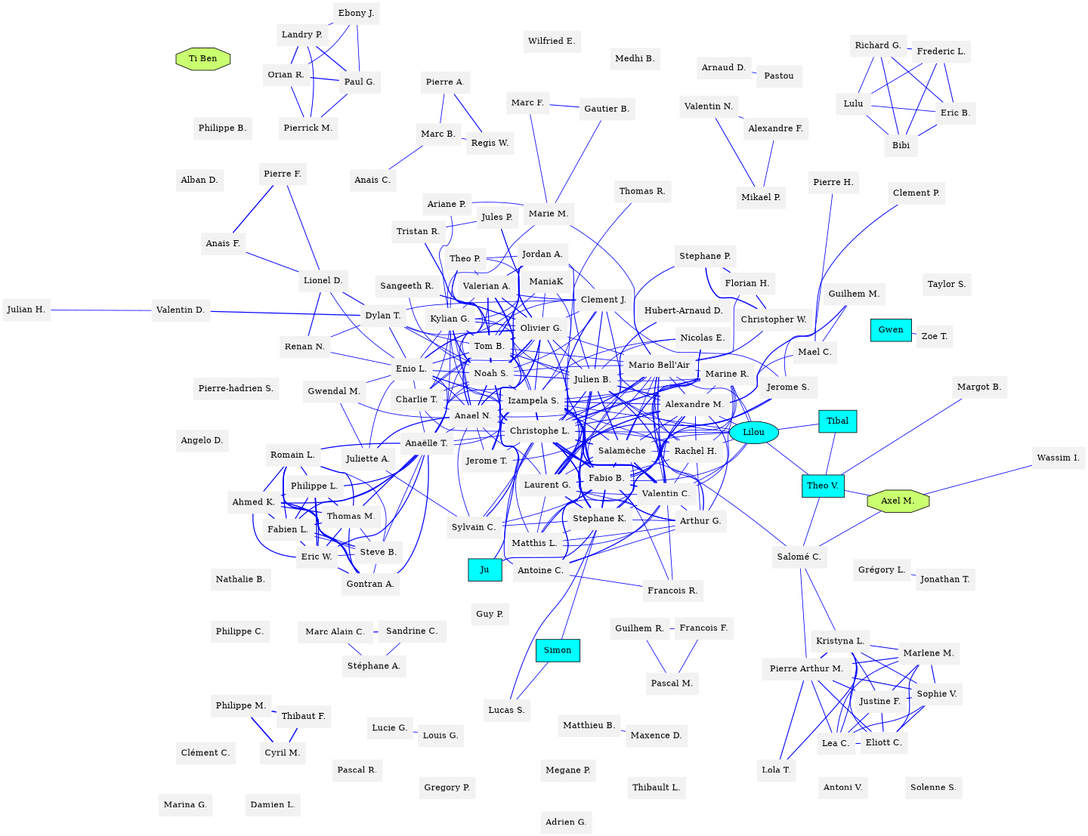
Before: jumpers_SAUT.dot.png, a diagram exported from Graphviz (GuilhemRep/sauts). Its source is kept beside it as jumpers_SAUT.dot.
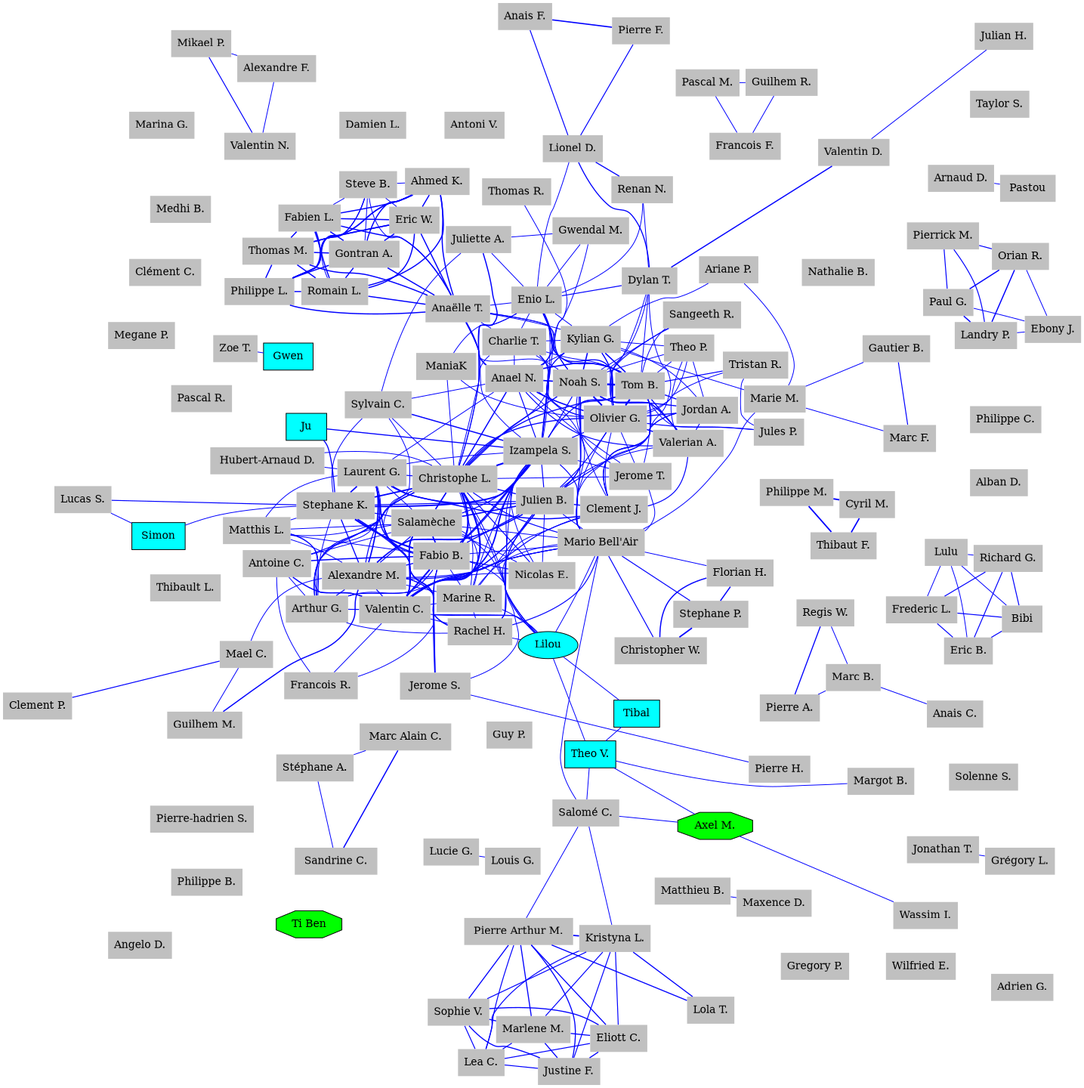
Above is the later version.

Diff of the diagram source:
```diff
@@ -1,146 +1,146 @@
 graph Jumpers {
 	graph [overlap=false ratio=1 size="15,15" splines=true]
-	"Sylvain C." [fillcolor=gray95 shape=none style=filled]
-	"Lucie G." [fillcolor=gray95 shape=none style=filled]
-	"Philippe M." [fillcolor=gray95 shape=none style=filled]
-	"Christopher W." [fillcolor=gray95 shape=none style=filled]
-	"Christophe L." [fillcolor=gray95 shape=none style=filled]
-	"Anael N." [fillcolor=gray95 shape=none style=filled]
-	"Gontran A." [fillcolor=gray95 shape=none style=filled]
-	"Arthur G." [fillcolor=gray95 shape=none style=filled]
-	"Valentin N." [fillcolor=gray95 shape=none style=filled]
-	"Lea C." [fillcolor=gray95 shape=none style=filled]
-	"Julian H." [fillcolor=gray95 shape=none style=filled]
-	"Valentin D." [fillcolor=gray95 shape=none style=filled]
-	"Clement J." [fillcolor=gray95 shape=none style=filled]
-	"Grégory L." [fillcolor=gray95 shape=none style=filled]
-	"Thibaut F." [fillcolor=gray95 shape=none style=filled]
-	"Julien B." [fillcolor=gray95 shape=none style=filled]
-	"Tristan R." [fillcolor=gray95 shape=none style=filled]
-	" Lulu " [fillcolor=gray95 shape=none style=filled]
-	"Marlene M." [fillcolor=gray95 shape=none style=filled]
-	"Stephane P." [fillcolor=gray95 shape=none style=filled]
-	"Justine F." [fillcolor=gray95 shape=none style=filled]
-	"Orian R." [fillcolor=gray95 shape=none style=filled]
-	"Philippe C." [fillcolor=gray95 shape=none style=filled]
-	"Marine R." [fillcolor=gray95 shape=none style=filled]
-	"Megane P." [fillcolor=gray95 shape=none style=filled]
-	"Francois R." [fillcolor=gray95 shape=none style=filled]
-	"Romain L." [fillcolor=gray95 shape=none style=filled]
-	" Jerome S. " [fillcolor=gray95 shape=none style=filled]
-	" Hubert-Arnaud D. " [fillcolor=gray95 shape=none style=filled]
+	" Simon " [fillcolor=cyan shape=rectangle style=filled]
+	"Kylian G." [fillcolor=gray shape=none style=filled]
+	"Mikael P." [fillcolor=gray shape=none style=filled]
+	"Nathalie B." [fillcolor=gray shape=none style=filled]
+	"Antoine C." [fillcolor=gray shape=none style=filled]
+	" Hubert-Arnaud D. " [fillcolor=gray shape=none style=filled]
+	"Pascal M." [fillcolor=gray shape=none style=filled]
+	"Lola T." [fillcolor=gray shape=none style=filled]
+	"Stéphane A." [fillcolor=gray shape=none style=filled]
+	"Philippe M." [fillcolor=gray shape=none style=filled]
+	"Clement P." [fillcolor=gray shape=none style=filled]
+	"Sylvain C." [fillcolor=gray shape=none style=filled]
+	"Wassim I." [fillcolor=gray shape=none style=filled]
+	" Jerome S. " [fillcolor=gray shape=none style=filled]
+	"Laurent G." [fillcolor=gray shape=none style=filled]
+	"Pascal R." [fillcolor=gray shape=none style=filled]
+	"Philippe B." [fillcolor=gray shape=none style=filled]
+	"Frederic L." [fillcolor=gray shape=none style=filled]
+	"Matthis L." [fillcolor=gray shape=none style=filled]
+	" Bibi " [fillcolor=gray shape=none style=filled]
+	"Arnaud D." [fillcolor=gray shape=none style=filled]
+	"Alexandre M." [fillcolor=gray shape=none style=filled]
+	"Salamèche" [fillcolor=gray shape=none style=filled]
+	"Medhi B." [fillcolor=gray shape=none style=filled]
+	"Theo P." [fillcolor=gray shape=none style=filled]
+	" Ju " [fillcolor=cyan shape=rectangle style=filled]
+	"Justine F." [fillcolor=gray shape=none style=filled]
+	"Christopher W." [fillcolor=gray shape=none style=filled]
+	"Marine R." [fillcolor=gray shape=none style=filled]
+	"Florian H." [fillcolor=gray shape=none style=filled]
+	"Eric B." [fillcolor=gray shape=none style=filled]
+	"Tom B." [fillcolor=gray shape=none style=filled]
+	"Marlene M." [fillcolor=gray shape=none style=filled]
+	"Thibault L." [fillcolor=gray shape=none style=filled]
+	"Antoni V." [fillcolor=gray shape=none style=filled]
+	"Damien L." [fillcolor=gray shape=none style=filled]
+	"Anael N." [fillcolor=gray shape=none style=filled]
+	"Salomé C." [fillcolor=gray shape=none style=filled]
+	"Marina G." [fillcolor=gray shape=none style=filled]
+	"Jonathan T." [fillcolor=gray shape=none style=filled]
+	"Valentin C." [fillcolor=gray shape=none style=filled]
+	"Clément C." [fillcolor=gray shape=none style=filled]
+	"Julien B." [fillcolor=gray shape=none style=filled]
+	" Marc Alain C. " [fillcolor=gray shape=none style=filled]
+	"Paul G." [fillcolor=gray shape=none style=filled]
+	" Sandrine C. " [fillcolor=gray shape=none style=filled]
+	" Lulu " [fillcolor=gray shape=none style=filled]
+	"Julian H." [fillcolor=gray shape=none style=filled]
+	"Ti Ben" [fillcolor=green shape=octagon style=filled]
+	"Matthieu B." [fillcolor=gray shape=none style=filled]
+	"Marie M." [fillcolor=gray shape=none style=filled]
+	"Ariane P." [fillcolor=gray shape=none style=filled]
+	"Lucie G." [fillcolor=gray shape=none style=filled]
+	"Marc F." [fillcolor=gray shape=none style=filled]
+	"Solenne S." [fillcolor=gray shape=none style=filled]
+	"Enio L." [fillcolor=gray shape=none style=filled]
+	"Pierre A." [fillcolor=gray shape=none style=filled]
+	"Valerian A." [fillcolor=gray shape=none style=filled]
+	"Guilhem R." [fillcolor=gray shape=none style=filled]
+	"Eric W." [fillcolor=gray shape=none style=filled]
+	"Romain L." [fillcolor=gray shape=none style=filled]
+	"Jordan A." [fillcolor=gray shape=none style=filled]
+	"Anais C." [fillcolor=gray shape=none style=filled]
+	"Stephane P." [fillcolor=gray shape=none style=filled]
+	"Arthur G." [fillcolor=gray shape=none style=filled]
+	"Zoe T." [fillcolor=gray shape=none style=filled]
+	"Gwendal M." [fillcolor=gray shape=none style=filled]
+	" ManiaK " [fillcolor=gray shape=none style=filled]
+	"Sophie V." [fillcolor=gray shape=none style=filled]
+	"Grégory L." [fillcolor=gray shape=none style=filled]
+	"Ebony J." [fillcolor=gray shape=none style=filled]
+	"Cyril M." [fillcolor=gray shape=none style=filled]
+	"Renan N." [fillcolor=gray shape=none style=filled]
+	"Clement J." [fillcolor=gray shape=none style=filled]
+	"Steve B." [fillcolor=gray shape=none style=filled]
+	"Jerome T." [fillcolor=gray shape=none style=filled]
+	"Richard G." [fillcolor=gray shape=none style=filled]
+	"Mario Bell'Air" [fillcolor=gray shape=none style=filled]
+	"Gontran A." [fillcolor=gray shape=none style=filled]
+	"Megane P." [fillcolor=gray shape=none style=filled]
+	" Pierre Arthur M. " [fillcolor=gray shape=none style=filled]
+	"Maxence D." [fillcolor=gray shape=none style=filled]
+	"Angelo D." [fillcolor=gray shape=none style=filled]
+	" Pastou " [fillcolor=gray shape=none style=filled]
+	"Marc B." [fillcolor=gray shape=none style=filled]
+	"Alexandre F." [fillcolor=gray shape=none style=filled]
+	"Pierre-hadrien S." [fillcolor=gray shape=none style=filled]
+	"Eliott C." [fillcolor=gray shape=none style=filled]
+	"Juliette A." [fillcolor=gray shape=none style=filled]
+	" Tibal " [fillcolor=cyan shape=rectangle style=filled]
+	"Guy P." [fillcolor=gray shape=none style=filled]
+	"Thibaut F." [fillcolor=gray shape=none style=filled]
+	"Louis G." [fillcolor=gray shape=none style=filled]
+	"Francois F." [fillcolor=gray shape=none style=filled]
+	"Pierre H." [fillcolor=gray shape=none style=filled]
+	"Guilhem M." [fillcolor=gray shape=none style=filled]
+	"Nicolas E." [fillcolor=gray shape=none style=filled]
+	"Thomas R." [fillcolor=gray shape=none style=filled]
+	"Valentin D." [fillcolor=gray shape=none style=filled]
+	"Regis W." [fillcolor=gray shape=none style=filled]
+	"Landry P." [fillcolor=gray shape=none style=filled]
+	"Pierrick M." [fillcolor=gray shape=none style=filled]
+	"Anais F." [fillcolor=gray shape=none style=filled]
+	" Lilou " [fillcolor=cyan shape=ellipse style=filled]
+	"Philippe L." [fillcolor=gray shape=none style=filled]
+	"Fabio B." [fillcolor=gray shape=none style=filled]
+	"Mael C." [fillcolor=gray shape=none style=filled]
+	"Orian R." [fillcolor=gray shape=none style=filled]
+	"Fabien L." [fillcolor=gray shape=none style=filled]
+	"Gregory P." [fillcolor=gray shape=none style=filled]
+	"Francois R." [fillcolor=gray shape=none style=filled]
+	"Ahmed K." [fillcolor=gray shape=none style=filled]
+	"Noah S." [fillcolor=gray shape=none style=filled]
+	"Gautier B." [fillcolor=gray shape=none style=filled]
+	"Pierre F." [fillcolor=gray shape=none style=filled]
+	"Theo V." [fillcolor=cyan shape=rectangle style=filled]
+	"Lionel D." [fillcolor=gray shape=none style=filled]
+	"Olivier G." [fillcolor=gray shape=none style=filled]
+	"Christophe L." [fillcolor=gray shape=none style=filled]
+	"Thomas M." [fillcolor=gray shape=none style=filled]
+	"Rachel H." [fillcolor=gray shape=none style=filled]
+	"Margot B." [fillcolor=gray shape=none style=filled]
+	"Lucas S." [fillcolor=gray shape=none style=filled]
+	"Wilfried E." [fillcolor=gray shape=none style=filled]
+	"Lea C." [fillcolor=gray shape=none style=filled]
+	"Alban D." [fillcolor=gray shape=none style=filled]
+	"Jules P." [fillcolor=gray shape=none style=filled]
+	"Charlie T." [fillcolor=gray shape=none style=filled]
+	"Philippe C." [fillcolor=gray shape=none style=filled]
+	"Stephane K." [fillcolor=gray shape=none style=filled]
+	"Taylor S." [fillcolor=gray shape=none style=filled]
+	"Kristyna L." [fillcolor=gray shape=none style=filled]
+	"Valentin N." [fillcolor=gray shape=none style=filled]
+	"Adrien G." [fillcolor=gray shape=none style=filled]
+	"Anaëlle T." [fillcolor=gray shape=none style=filled]
 	" Gwen " [fillcolor=cyan shape=rectangle style=filled]
-	"Enio L." [fillcolor=gray95 shape=none style=filled]
-	"Lionel D." [fillcolor=gray95 shape=none style=filled]
-	"Paul G." [fillcolor=gray95 shape=none style=filled]
-	"Antoine C." [fillcolor=gray95 shape=none style=filled]
-	"Olivier G." [fillcolor=gray95 shape=none style=filled]
-	"Philippe B." [fillcolor=gray95 shape=none style=filled]
-	"Anais C." [fillcolor=gray95 shape=none style=filled]
-	"Pascal R." [fillcolor=gray95 shape=none style=filled]
-	"Jules P." [fillcolor=gray95 shape=none style=filled]
-	"Jonathan T." [fillcolor=gray95 shape=none style=filled]
-	"Eric W." [fillcolor=gray95 shape=none style=filled]
-	" Lilou " [fillcolor=cyan shape=ellipse style=filled]
-	" Ju " [fillcolor=cyan shape=rectangle style=filled]
-	"Thibault L." [fillcolor=gray95 shape=none style=filled]
-	"Guy P." [fillcolor=gray95 shape=none style=filled]
-	"Ariane P." [fillcolor=gray95 shape=none style=filled]
-	"Antoni V." [fillcolor=gray95 shape=none style=filled]
-	"Louis G." [fillcolor=gray95 shape=none style=filled]
-	"Theo V." [fillcolor=cyan shape=rectangle style=filled]
-	"Theo P." [fillcolor=gray95 shape=none style=filled]
-	"Renan N." [fillcolor=gray95 shape=none style=filled]
-	" Simon " [fillcolor=cyan shape=rectangle style=filled]
-	"Solenne S." [fillcolor=gray95 shape=none style=filled]
-	" Tibal " [fillcolor=cyan shape=rectangle style=filled]
-	"Thomas R." [fillcolor=gray95 shape=none style=filled]
-	"Eric B." [fillcolor=gray95 shape=none style=filled]
-	"Alexandre F." [fillcolor=gray95 shape=none style=filled]
-	"Sophie V." [fillcolor=gray95 shape=none style=filled]
-	"Clement P." [fillcolor=gray95 shape=none style=filled]
-	"Medhi B." [fillcolor=gray95 shape=none style=filled]
-	"Pierrick M." [fillcolor=gray95 shape=none style=filled]
-	"Jordan A." [fillcolor=gray95 shape=none style=filled]
-	" Bibi " [fillcolor=gray95 shape=none style=filled]
-	"Pierre H." [fillcolor=gray95 shape=none style=filled]
-	"Valentin C." [fillcolor=gray95 shape=none style=filled]
-	"Gwendal M." [fillcolor=gray95 shape=none style=filled]
-	"Marc F." [fillcolor=gray95 shape=none style=filled]
-	"Noah S." [fillcolor=gray95 shape=none style=filled]
-	"Pierre F." [fillcolor=gray95 shape=none style=filled]
-	"Ti Ben" [fillcolor=darkolivegreen1 shape=octagon style=filled]
-	"Gautier B." [fillcolor=gray95 shape=none style=filled]
-	"Guilhem R." [fillcolor=gray95 shape=none style=filled]
-	"Francois F." [fillcolor=gray95 shape=none style=filled]
-	"Regis W." [fillcolor=gray95 shape=none style=filled]
-	"Lucas S." [fillcolor=gray95 shape=none style=filled]
-	"Nicolas E." [fillcolor=gray95 shape=none style=filled]
-	"Axel M." [fillcolor=darkolivegreen1 shape=octagon style=filled]
-	"Landry P." [fillcolor=gray95 shape=none style=filled]
-	"Cyril M." [fillcolor=gray95 shape=none style=filled]
-	"Alban D." [fillcolor=gray95 shape=none style=filled]
-	"Arnaud D." [fillcolor=gray95 shape=none style=filled]
-	"Angelo D." [fillcolor=gray95 shape=none style=filled]
-	"Marc B." [fillcolor=gray95 shape=none style=filled]
-	"Steve B." [fillcolor=gray95 shape=none style=filled]
-	"Clément C." [fillcolor=gray95 shape=none style=filled]
-	"Florian H." [fillcolor=gray95 shape=none style=filled]
-	"Mario Bell'Air" [fillcolor=gray95 shape=none style=filled]
-	"Charlie T." [fillcolor=gray95 shape=none style=filled]
-	"Gregory P." [fillcolor=gray95 shape=none style=filled]
-	"Tom B." [fillcolor=gray95 shape=none style=filled]
-	"Fabio B." [fillcolor=gray95 shape=none style=filled]
-	"Kylian G." [fillcolor=gray95 shape=none style=filled]
-	"Kristyna L." [fillcolor=gray95 shape=none style=filled]
-	" Marc Alain C. " [fillcolor=gray95 shape=none style=filled]
-	"Fabien L." [fillcolor=gray95 shape=none style=filled]
-	"Zoe T." [fillcolor=gray95 shape=none style=filled]
-	" Sandrine C. " [fillcolor=gray95 shape=none style=filled]
-	"Taylor S." [fillcolor=gray95 shape=none style=filled]
-	"Wilfried E." [fillcolor=gray95 shape=none style=filled]
-	"Matthis L." [fillcolor=gray95 shape=none style=filled]
-	"Margot B." [fillcolor=gray95 shape=none style=filled]
-	"Anais F." [fillcolor=gray95 shape=none style=filled]
-	" ManiaK " [fillcolor=gray95 shape=none style=filled]
-	"Mael C." [fillcolor=gray95 shape=none style=filled]
-	"Rachel H." [fillcolor=gray95 shape=none style=filled]
-	"Matthieu B." [fillcolor=gray95 shape=none style=filled]
-	"Nathalie B." [fillcolor=gray95 shape=none style=filled]
-	"Pierre-hadrien S." [fillcolor=gray95 shape=none style=filled]
-	"Marie M." [fillcolor=gray95 shape=none style=filled]
-	"Stephane K." [fillcolor=gray95 shape=none style=filled]
-	"Marina G." [fillcolor=gray95 shape=none style=filled]
-	"Jerome T." [fillcolor=gray95 shape=none style=filled]
-	"Mikael P." [fillcolor=gray95 shape=none style=filled]
-	"Izampela S." [fillcolor=gray95 shape=none style=filled]
-	"Salamèche" [fillcolor=gray95 shape=none style=filled]
-	"Eliott C." [fillcolor=gray95 shape=none style=filled]
-	"Ahmed K." [fillcolor=gray95 shape=none style=filled]
-	"Sangeeth R." [fillcolor=gray95 shape=none style=filled]
-	"Anaëlle T." [fillcolor=gray95 shape=none style=filled]
-	"Wassim I." [fillcolor=gray95 shape=none style=filled]
-	"Richard G." [fillcolor=gray95 shape=none style=filled]
-	"Pierre A." [fillcolor=gray95 shape=none style=filled]
-	"Juliette A." [fillcolor=gray95 shape=none style=filled]
-	"Frederic L." [fillcolor=gray95 shape=none style=filled]
-	"Maxence D." [fillcolor=gray95 shape=none style=filled]
-	" Pierre Arthur M. " [fillcolor=gray95 shape=none style=filled]
-	"Laurent G." [fillcolor=gray95 shape=none style=filled]
-	"Thomas M." [fillcolor=gray95 shape=none style=filled]
-	"Damien L." [fillcolor=gray95 shape=none style=filled]
-	"Pascal M." [fillcolor=gray95 shape=none style=filled]
-	"Alexandre M." [fillcolor=gray95 shape=none style=filled]
-	"Dylan T." [fillcolor=gray95 shape=none style=filled]
-	"Ebony J." [fillcolor=gray95 shape=none style=filled]
-	"Valerian A." [fillcolor=gray95 shape=none style=filled]
-	" Pastou " [fillcolor=gray95 shape=none style=filled]
-	"Salomé C." [fillcolor=gray95 shape=none style=filled]
-	"Stéphane A." [fillcolor=gray95 shape=none style=filled]
-	"Lola T." [fillcolor=gray95 shape=none style=filled]
-	"Guilhem M." [fillcolor=gray95 shape=none style=filled]
-	"Adrien G." [fillcolor=gray95 shape=none style=filled]
-	"Philippe L." [fillcolor=gray95 shape=none style=filled]
+	"Axel M." [fillcolor=green shape=octagon style=filled]
+	"Dylan T." [fillcolor=gray shape=none style=filled]
+	"Izampela S." [fillcolor=gray shape=none style=filled]
+	"Tristan R." [fillcolor=gray shape=none style=filled]
+	"Sangeeth R." [fillcolor=gray shape=none style=filled]
 	"Anais F." -- "Pierre F." [color=blue len=1.5 penwidth=1.618033988749895]
 	"Izampela S." -- "Julien B." [color=blue len=1.0 penwidth=1.2071067811865475]
 	"Izampela S." -- "Stephane K." [color=blue len=1.5 penwidth=1.9142135623730951]
```
